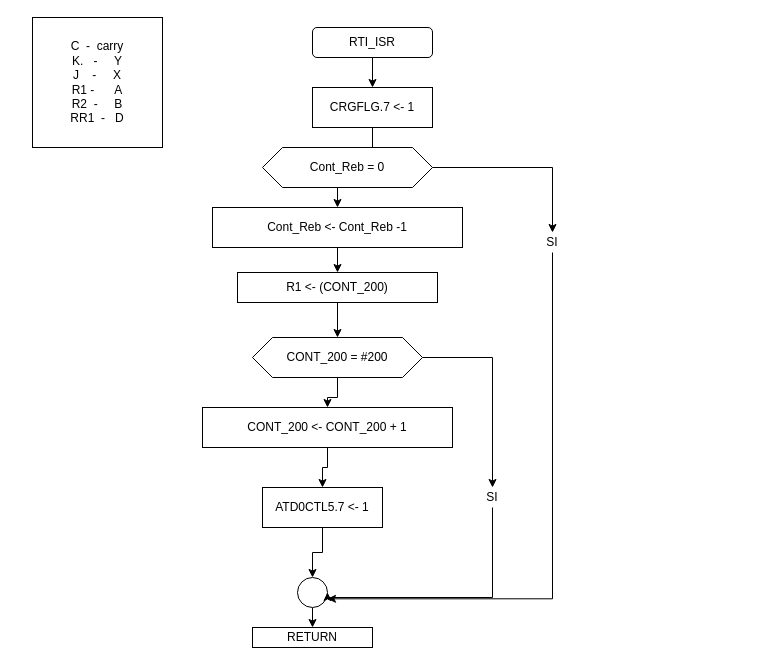
Earlier version of the draw.io diagram 8_runmeter623/diagrams/7_rti_isr.drawio (brown9804/Dragon12_MC9S12DP256). Source tidied: cells renumbered, new cells numbered last; positions are measured from the earlier drawing's top-left corner, leaving out a move shared by most shapes. Both pictures are drawn from the tidied source at 100%, with x=0, y=0 at pixel (32, 17).
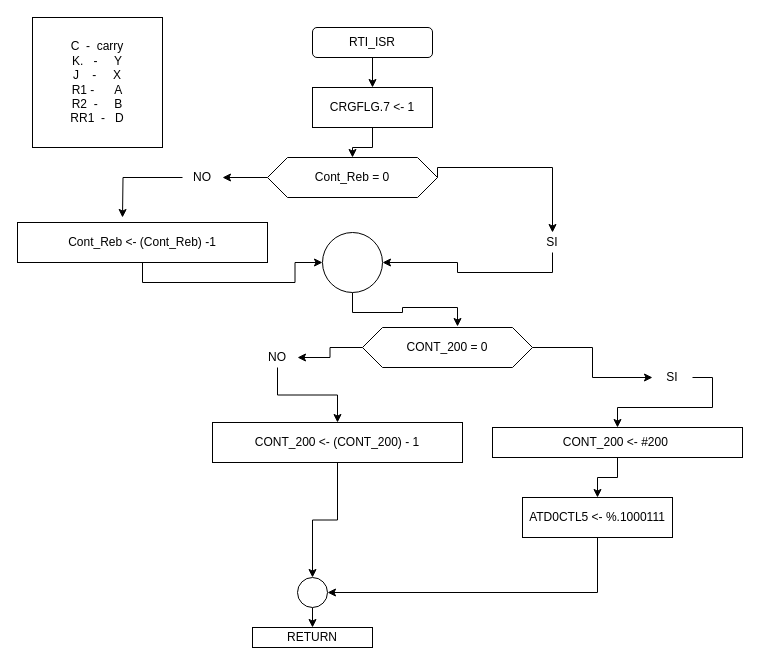
The same page after the edit.

Commit message:
final -> rti_isr ✅

The change refers to these unchanged cells:
```xml
<mxCell id="5" value="CRGFLG.7 &amp;lt;- 1&lt;br&gt;" style="rounded=0;whiteSpace=wrap;html=1;" parent="1" vertex="1">
  <mxGeometry x="280" y="70" width="120" height="40" as="geometry" />
</mxCell>
<mxCell id="12" style="ellipse;whiteSpace=wrap;html=1;" parent="1" vertex="1">
  <mxGeometry x="265" y="560" width="30" height="30" as="geometry" />
</mxCell>
<mxCell id="15" value="SI" style="text;html=1;strokeColor=none;fillColor=none;align=center;verticalAlign=middle;whiteSpace=wrap;rounded=0;" parent="1" vertex="1">
  <mxGeometry x="500" y="215" width="40" height="20" as="geometry" />
</mxCell>
```

The edit, as a diff of the source:
```diff
@@
-    <mxCell id="4" style="edgeStyle=orthogonalEdgeStyle;rounded=0;jettySize=auto;html=1;exitX=0.5;exitY=1;exitDx=0;exitDy=0;entryX=0.5;entryY=0;entryDx=0;entryDy=0;" parent="1" edge="1" source="5" target="7">
-      <mxGeometry relative="1" as="geometry" />
-    </mxCell>
+    <mxCell id="28" style="edgeStyle=orthogonalEdgeStyle;rounded=0;jettySize=auto;html=1;exitX=0.5;exitY=1;exitDx=0;exitDy=0;" parent="1" edge="1" source="5" target="10">
+      <mxGeometry relative="1" as="geometry" />
+    </mxCell>
@@
-    <mxCell id="6" style="edgeStyle=orthogonalEdgeStyle;rounded=0;jettySize=auto;html=1;exitX=0.5;exitY=1;exitDx=0;exitDy=0;" parent="1" edge="1" source="7" target="18">
-      <mxGeometry relative="1" as="geometry" />
-    </mxCell>
+    <mxCell id="29" style="edgeStyle=orthogonalEdgeStyle;rounded=0;jettySize=auto;html=1;exitX=0.5;exitY=1;exitDx=0;exitDy=0;" parent="1" edge="1" source="7" target="43">
+      <mxGeometry relative="1" as="geometry" />
+    </mxCell>
-    <mxCell id="7" value="Cont_Reb&amp;nbsp;&amp;lt;-&amp;nbsp;Cont_Reb&amp;nbsp;-1" style="rounded=0;whiteSpace=wrap;html=1;" parent="1" vertex="1">
-      <mxGeometry x="180" y="190" width="250" height="40" as="geometry" />
+    <mxCell id="7" value="Cont_Reb&amp;nbsp;&amp;lt;- (Cont_Reb) -1" style="rounded=0;whiteSpace=wrap;html=1;" parent="1" vertex="1">
+      <mxGeometry x="-15" y="205" width="250" height="40" as="geometry" />
     </mxCell>
@@
+    <mxCell id="30" style="edgeStyle=orthogonalEdgeStyle;rounded=0;jettySize=auto;html=1;exitX=0;exitY=0.5;exitDx=0;exitDy=0;" parent="1" edge="1" source="10" target="35">
+      <mxGeometry relative="1" as="geometry" />
+    </mxCell>
     <mxCell id="10" value="Cont_Reb = 0" style="shape=hexagon;perimeter=hexagonPerimeter2;whiteSpace=wrap;html=1;fixedSize=1;" parent="1" vertex="1">
-      <mxGeometry x="230" y="130" width="170" height="40" as="geometry" />
+      <mxGeometry x="235" y="140" width="170" height="40" as="geometry" />
     </mxCell>
@@
-    <mxCell id="14" style="edgeStyle=orthogonalEdgeStyle;rounded=0;jettySize=auto;html=1;exitX=0.5;exitY=1;exitDx=0;exitDy=0;entryX=1;entryY=0.71;entryDx=0;entryDy=0;entryPerimeter=0;" parent="1" edge="1" source="15" target="12">
-      <mxGeometry relative="1" as="geometry" />
-    </mxCell>
+    <mxCell id="31" style="edgeStyle=orthogonalEdgeStyle;rounded=0;jettySize=auto;html=1;exitX=0.5;exitY=1;exitDx=0;exitDy=0;entryX=1;entryY=0.5;entryDx=0;entryDy=0;" parent="1" edge="1" source="15" target="43">
+      <mxGeometry relative="1" as="geometry" />
+    </mxCell>
@@
-    <mxCell id="17" style="edgeStyle=orthogonalEdgeStyle;rounded=0;jettySize=auto;html=1;exitX=0.5;exitY=1;exitDx=0;exitDy=0;" parent="1" edge="1" source="18" target="21">
-      <mxGeometry relative="1" as="geometry" />
-    </mxCell>
-    <mxCell id="18" value="R1 &amp;lt;- (CONT_200)" style="rounded=0;whiteSpace=wrap;html=1;" parent="1" vertex="1">
-      <mxGeometry x="205" y="255" width="200" height="30" as="geometry" />
-    </mxCell>
-    <mxCell id="19" style="edgeStyle=orthogonalEdgeStyle;rounded=0;jettySize=auto;html=1;exitX=0.5;exitY=1;exitDx=0;exitDy=0;" parent="1" edge="1" source="21" target="23">
-      <mxGeometry relative="1" as="geometry" />
-    </mxCell>
@@
+    <mxCell id="32" style="edgeStyle=orthogonalEdgeStyle;rounded=0;jettySize=auto;html=1;exitX=0;exitY=0.5;exitDx=0;exitDy=0;" parent="1" edge="1" source="21" target="37">
+      <mxGeometry relative="1" as="geometry" />
+    </mxCell>
-    <mxCell id="21" value="CONT_200 = #200" style="shape=hexagon;perimeter=hexagonPerimeter2;whiteSpace=wrap;html=1;fixedSize=1;" parent="1" vertex="1">
-      <mxGeometry x="220" y="320" width="170" height="40" as="geometry" />
+    <mxCell id="21" value="CONT_200 = 0" style="shape=hexagon;perimeter=hexagonPerimeter2;whiteSpace=wrap;html=1;fixedSize=1;" parent="1" vertex="1">
+      <mxGeometry x="330" y="310" width="170" height="40" as="geometry" />
     </mxCell>
-    <mxCell id="22" style="edgeStyle=orthogonalEdgeStyle;rounded=0;jettySize=auto;html=1;exitX=0.5;exitY=1;exitDx=0;exitDy=0;entryX=0.5;entryY=0;entryDx=0;entryDy=0;" parent="1" edge="1" source="23" target="27">
+    <mxCell id="22" style="edgeStyle=orthogonalEdgeStyle;rounded=0;jettySize=auto;html=1;exitX=0.5;exitY=1;exitDx=0;exitDy=0;" parent="1" edge="1" source="23" target="12">
       <mxGeometry relative="1" as="geometry" />
     </mxCell>
-    <mxCell id="23" value="CONT_200&amp;nbsp;&amp;lt;-&amp;nbsp;CONT_200 + 1" style="rounded=0;whiteSpace=wrap;html=1;" parent="1" vertex="1">
-      <mxGeometry x="170" y="390" width="250" height="40" as="geometry" />
+    <mxCell id="23" value="CONT_200&amp;nbsp;&amp;lt;- (CONT_200) - 1" style="rounded=0;whiteSpace=wrap;html=1;" parent="1" vertex="1">
+      <mxGeometry x="180" y="405" width="250" height="40" as="geometry" />
     </mxCell>
-    <mxCell id="24" style="edgeStyle=orthogonalEdgeStyle;rounded=0;jettySize=auto;html=1;exitX=0.5;exitY=1;exitDx=0;exitDy=0;entryX=1;entryY=0.5;entryDx=0;entryDy=0;" parent="1" edge="1" source="25" target="12">
-      <mxGeometry relative="1" as="geometry">
-        <Array as="points">
-          <mxPoint x="460" y="580" />
-          <mxPoint x="295" y="580" />
-        </Array>
-      </mxGeometry>
-    </mxCell>
+    <mxCell id="33" style="edgeStyle=orthogonalEdgeStyle;rounded=0;jettySize=auto;html=1;exitX=1;exitY=0.5;exitDx=0;exitDy=0;" parent="1" edge="1" source="25" target="39">
+      <mxGeometry relative="1" as="geometry" />
+    </mxCell>
     <mxCell id="25" value="SI" style="text;html=1;strokeColor=none;fillColor=none;align=center;verticalAlign=middle;whiteSpace=wrap;rounded=0;" parent="1" vertex="1">
-      <mxGeometry x="440" y="470" width="40" height="20" as="geometry" />
+      <mxGeometry x="620" y="350" width="40" height="20" as="geometry" />
     </mxCell>
-    <mxCell id="26" style="edgeStyle=orthogonalEdgeStyle;rounded=0;jettySize=auto;html=1;exitX=0.5;exitY=1;exitDx=0;exitDy=0;" parent="1" edge="1" source="27" target="12">
-      <mxGeometry relative="1" as="geometry" />
-    </mxCell>
-    <mxCell id="27" value="ATD0CTL5.7 &amp;lt;- 1" style="rounded=0;whiteSpace=wrap;html=1;" parent="1" vertex="1">
-      <mxGeometry x="230" y="470" width="120" height="40" as="geometry" />
-    </mxCell>
+    <mxCell id="34" style="edgeStyle=orthogonalEdgeStyle;rounded=0;jettySize=auto;html=1;exitX=0;exitY=0.5;exitDx=0;exitDy=0;" parent="1" edge="1" source="35">
+      <mxGeometry relative="1" as="geometry">
+        <mxPoint x="90" y="200" as="targetPoint" />
+      </mxGeometry>
+    </mxCell>
+    <mxCell id="35" value="NO" style="text;html=1;strokeColor=none;fillColor=none;align=center;verticalAlign=middle;whiteSpace=wrap;rounded=0;" parent="1" vertex="1">
+      <mxGeometry x="150" y="150" width="40" height="20" as="geometry" />
+    </mxCell>
+    <mxCell id="36" style="edgeStyle=orthogonalEdgeStyle;rounded=0;jettySize=auto;html=1;exitX=0.5;exitY=1;exitDx=0;exitDy=0;entryX=0.5;entryY=0;entryDx=0;entryDy=0;" parent="1" edge="1" source="37" target="23">
+      <mxGeometry relative="1" as="geometry" />
+    </mxCell>
+    <mxCell id="37" value="NO" style="text;html=1;strokeColor=none;fillColor=none;align=center;verticalAlign=middle;whiteSpace=wrap;rounded=0;" parent="1" vertex="1">
+      <mxGeometry x="225" y="330" width="40" height="20" as="geometry" />
+    </mxCell>
+    <mxCell id="38" style="edgeStyle=orthogonalEdgeStyle;rounded=0;jettySize=auto;html=1;exitX=0.5;exitY=1;exitDx=0;exitDy=0;" parent="1" edge="1" source="39" target="41">
+      <mxGeometry relative="1" as="geometry" />
+    </mxCell>
+    <mxCell id="39" value="CONT_200&amp;nbsp;&amp;lt;-&amp;nbsp;#200&amp;nbsp;" style="rounded=0;whiteSpace=wrap;html=1;" parent="1" vertex="1">
+      <mxGeometry x="460" y="410" width="250" height="30" as="geometry" />
+    </mxCell>
+    <mxCell id="40" style="edgeStyle=orthogonalEdgeStyle;rounded=0;jettySize=auto;html=1;exitX=0.5;exitY=1;exitDx=0;exitDy=0;entryX=1;entryY=0.5;entryDx=0;entryDy=0;" parent="1" edge="1" source="41" target="12">
+      <mxGeometry relative="1" as="geometry" />
+    </mxCell>
+    <mxCell id="41" value="ATD0CTL5 &amp;lt;- %.1000111" style="rounded=0;whiteSpace=wrap;html=1;" parent="1" vertex="1">
+      <mxGeometry x="490" y="480" width="150" height="40" as="geometry" />
+    </mxCell>
+    <mxCell id="42" style="edgeStyle=orthogonalEdgeStyle;rounded=0;jettySize=auto;html=1;exitX=0.5;exitY=1;exitDx=0;exitDy=0;entryX=0.559;entryY=-0.025;entryDx=0;entryDy=0;entryPerimeter=0;" parent="1" edge="1" source="43" target="21">
+      <mxGeometry relative="1" as="geometry" />
+    </mxCell>
+    <mxCell id="43" style="ellipse;whiteSpace=wrap;html=1;" parent="1" vertex="1">
+      <mxGeometry x="290" y="215" width="60" height="60" as="geometry" />
+    </mxCell>
```
